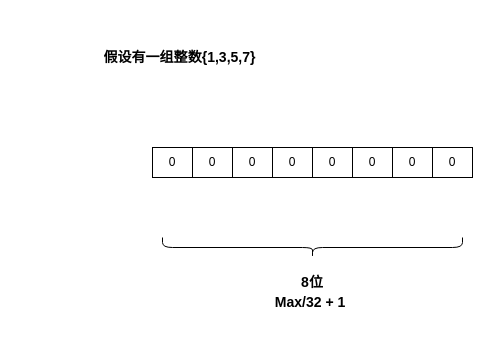
Above: bitMap原理.drawio in mineminemine123/work-wiki (draw.io), before the change. Source tidied: cells renumbered, new cells numbered last; positions are measured from the earlier drawing's top-left corner, leaving out a move shared by most shapes. Both pictures are drawn from the tidied source at 100%, with x=0, y=0 at pixel (17, 17).
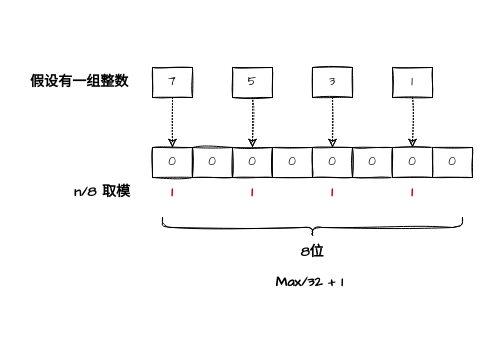
Above is the later version.

The edit, as a diff of the source:
```diff
@@
-    <mxCell id="2" value="0" style="rounded=0;whiteSpace=wrap;html=1;" parent="1" vertex="1">
+    <mxCell id="2" value="0" style="rounded=0;whiteSpace=wrap;html=1;sketch=1;fontFamily=Comic Sans MS;" parent="1" vertex="1">
       <mxGeometry x="175" y="130" width="40" height="30" as="geometry" />
     </mxCell>
-    <mxCell id="3" value="0" style="rounded=0;whiteSpace=wrap;html=1;" parent="1" vertex="1">
+    <mxCell id="3" value="0" style="rounded=0;whiteSpace=wrap;html=1;sketch=1;fontFamily=Comic Sans MS;" parent="1" vertex="1">
       <mxGeometry x="215" y="130" width="40" height="30" as="geometry" />
     </mxCell>
-    <mxCell id="4" value="0" style="rounded=0;whiteSpace=wrap;html=1;" parent="1" vertex="1">
+    <mxCell id="4" value="0" style="rounded=0;whiteSpace=wrap;html=1;sketch=1;fontFamily=Comic Sans MS;" parent="1" vertex="1">
       <mxGeometry x="255" y="130" width="40" height="30" as="geometry" />
     </mxCell>
-    <mxCell id="5" value="0" style="rounded=0;whiteSpace=wrap;html=1;" parent="1" vertex="1">
+    <mxCell id="5" value="0" style="rounded=0;whiteSpace=wrap;html=1;sketch=1;fontFamily=Comic Sans MS;" parent="1" vertex="1">
       <mxGeometry x="295" y="130" width="40" height="30" as="geometry" />
     </mxCell>
-    <mxCell id="6" value="0" style="rounded=0;whiteSpace=wrap;html=1;" parent="1" vertex="1">
+    <mxCell id="6" value="0" style="rounded=0;whiteSpace=wrap;html=1;sketch=1;fontFamily=Comic Sans MS;" parent="1" vertex="1">
       <mxGeometry x="335" y="130" width="40" height="30" as="geometry" />
     </mxCell>
-    <mxCell id="7" value="0" style="rounded=0;whiteSpace=wrap;html=1;" parent="1" vertex="1">
+    <mxCell id="7" value="0" style="rounded=0;whiteSpace=wrap;html=1;sketch=1;fontFamily=Comic Sans MS;" parent="1" vertex="1">
       <mxGeometry x="375" y="130" width="40" height="30" as="geometry" />
     </mxCell>
-    <mxCell id="8" value="0" style="rounded=0;whiteSpace=wrap;html=1;" parent="1" vertex="1">
+    <mxCell id="8" value="0" style="rounded=0;whiteSpace=wrap;html=1;sketch=1;fontFamily=Comic Sans MS;" parent="1" vertex="1">
       <mxGeometry x="415" y="130" width="40" height="30" as="geometry" />
     </mxCell>
-    <mxCell id="9" value="0" style="rounded=0;whiteSpace=wrap;html=1;" parent="1" vertex="1">
+    <mxCell id="9" value="0" style="rounded=0;whiteSpace=wrap;html=1;sketch=1;fontFamily=Comic Sans MS;" parent="1" vertex="1">
       <mxGeometry x="135" y="130" width="40" height="30" as="geometry" />
     </mxCell>
-    <mxCell id="10" value="&lt;h3&gt;假设有一组整数{1,3,5,7}&lt;/h3&gt;" style="text;html=1;strokeColor=none;fillColor=none;align=center;verticalAlign=middle;whiteSpace=wrap;rounded=0;" parent="1" vertex="1">
-      <mxGeometry width="325" height="80" as="geometry" />
+    <mxCell id="10" value="&lt;h3&gt;假设有一组整数&amp;nbsp;&lt;/h3&gt;" style="text;html=1;strokeColor=none;fillColor=none;align=center;verticalAlign=middle;whiteSpace=wrap;rounded=0;sketch=1;fontFamily=Comic Sans MS;" parent="1" vertex="1">
+      <mxGeometry x="5" y="40" width="120" height="50" as="geometry" />
     </mxCell>
-    <mxCell id="11" value="&lt;h3&gt;Max/32 + 1&amp;nbsp;&lt;/h3&gt;" style="text;html=1;strokeColor=none;fillColor=none;align=center;verticalAlign=middle;whiteSpace=wrap;rounded=0;" parent="1" vertex="1">
-      <mxGeometry x="245" y="270" width="100" height="30" as="geometry" />
+    <mxCell id="11" value="&lt;h3&gt;Max/32 + 1&amp;nbsp;&lt;/h3&gt;" style="text;html=1;strokeColor=none;fillColor=none;align=center;verticalAlign=middle;whiteSpace=wrap;rounded=0;sketch=1;fontFamily=Comic Sans MS;" parent="1" vertex="1">
+      <mxGeometry x="245" y="250" width="100" height="30" as="geometry" />
     </mxCell>
-    <mxCell id="12" style="shape=curlyBracket;whiteSpace=wrap;html=1;rounded=1;flipH=1;rotation=90;" parent="1" vertex="1">
-      <mxGeometry x="285" y="80" width="20" height="300" as="geometry" />
+    <mxCell id="12" style="shape=curlyBracket;whiteSpace=wrap;html=1;rounded=1;flipH=1;rotation=90;sketch=1;fontFamily=Comic Sans MS;" parent="1" vertex="1">
+      <mxGeometry x="285" y="60" width="20" height="300" as="geometry" />
     </mxCell>
+    <mxCell id="14" value="&lt;h3&gt;n/8 取模&lt;/h3&gt;" style="text;html=1;strokeColor=none;fillColor=none;align=center;verticalAlign=middle;whiteSpace=wrap;rounded=0;sketch=1;fontFamily=Comic Sans MS;" parent="1" vertex="1">
+      <mxGeometry x="45" y="160" width="80" height="30" as="geometry" />
+    </mxCell>
+    <mxCell id="15" value="&lt;h3&gt;&lt;font color=&quot;#cc0000&quot;&gt;1&lt;/font&gt;&lt;/h3&gt;" style="text;html=1;strokeColor=none;fillColor=none;align=center;verticalAlign=middle;whiteSpace=wrap;rounded=0;dashed=1;sketch=1;fontFamily=Comic Sans MS;" parent="1" vertex="1">
+      <mxGeometry x="135" y="160" width="40" height="30" as="geometry" />
+    </mxCell>
+    <mxCell id="16" value="&lt;h3&gt;&lt;font color=&quot;#cc0000&quot;&gt;1&lt;/font&gt;&lt;/h3&gt;" style="text;html=1;strokeColor=none;fillColor=none;align=center;verticalAlign=middle;whiteSpace=wrap;rounded=0;sketch=1;fontFamily=Comic Sans MS;" parent="1" vertex="1">
+      <mxGeometry x="295" y="160" width="40" height="30" as="geometry" />
+    </mxCell>
+    <mxCell id="17" value="&lt;h3&gt;&lt;font color=&quot;#cc0000&quot;&gt;1&lt;/font&gt;&lt;/h3&gt;" style="text;html=1;strokeColor=none;fillColor=none;align=center;verticalAlign=middle;whiteSpace=wrap;rounded=0;sketch=1;fontFamily=Comic Sans MS;" parent="1" vertex="1">
+      <mxGeometry x="375" y="160" width="40" height="30" as="geometry" />
+    </mxCell>
+    <mxCell id="18" style="edgeStyle=orthogonalEdgeStyle;rounded=1;jettySize=auto;html=1;exitX=0.5;exitY=1;exitDx=0;exitDy=0;fontColor=#000000;dashed=1;dashPattern=1 2;sketch=1;fontFamily=Comic Sans MS;" parent="1" edge="1" source="19" target="9">
+      <mxGeometry relative="1" as="geometry" />
+    </mxCell>
+    <mxCell id="19" value="&lt;font color=&quot;#000000&quot;&gt;7&lt;/font&gt;" style="rounded=0;whiteSpace=wrap;html=1;fontColor=#CC0000;sketch=1;fontFamily=Comic Sans MS;" parent="1" vertex="1">
+      <mxGeometry x="135" y="50" width="40" height="30" as="geometry" />
+    </mxCell>
+    <mxCell id="20" style="edgeStyle=orthogonalEdgeStyle;rounded=1;jettySize=auto;html=1;exitX=0.5;exitY=1;exitDx=0;exitDy=0;fontColor=#000000;dashed=1;dashPattern=1 2;sketch=1;fontFamily=Comic Sans MS;" parent="1" edge="1" source="21" target="3">
+      <mxGeometry relative="1" as="geometry" />
+    </mxCell>
+    <mxCell id="21" value="&lt;font color=&quot;#000000&quot;&gt;5&lt;/font&gt;" style="rounded=0;whiteSpace=wrap;html=1;fontColor=#CC0000;sketch=1;fontFamily=Comic Sans MS;" parent="1" vertex="1">
+      <mxGeometry x="215" y="50" width="40" height="30" as="geometry" />
+    </mxCell>
+    <mxCell id="22" style="edgeStyle=orthogonalEdgeStyle;rounded=1;jettySize=auto;html=1;exitX=0.5;exitY=1;exitDx=0;exitDy=0;fontColor=#000000;dashed=1;dashPattern=1 2;sketch=1;fontFamily=Comic Sans MS;" parent="1" edge="1" source="23" target="5">
+      <mxGeometry relative="1" as="geometry" />
+    </mxCell>
+    <mxCell id="23" value="&lt;font color=&quot;#000000&quot;&gt;3&lt;/font&gt;" style="rounded=0;whiteSpace=wrap;html=1;fontColor=#CC0000;sketch=1;fontFamily=Comic Sans MS;" parent="1" vertex="1">
+      <mxGeometry x="295" y="50" width="40" height="30" as="geometry" />
+    </mxCell>
+    <mxCell id="24" style="edgeStyle=orthogonalEdgeStyle;rounded=1;jettySize=auto;html=1;exitX=0.5;exitY=1;exitDx=0;exitDy=0;fontColor=#000000;dashed=1;dashPattern=1 2;sketch=1;fontFamily=Comic Sans MS;" parent="1" edge="1" source="25" target="7">
+      <mxGeometry relative="1" as="geometry" />
+    </mxCell>
+    <mxCell id="25" value="&lt;font color=&quot;#000000&quot;&gt;1&lt;/font&gt;" style="rounded=0;whiteSpace=wrap;html=1;fontColor=#CC0000;sketch=1;fontFamily=Comic Sans MS;" parent="1" vertex="1">
+      <mxGeometry x="375" y="50" width="40" height="30" as="geometry" />
+    </mxCell>
+    <mxCell id="26" value="&lt;h3&gt;&lt;font color=&quot;#cc0000&quot;&gt;1&lt;/font&gt;&lt;/h3&gt;" style="text;html=1;strokeColor=none;fillColor=none;align=center;verticalAlign=middle;whiteSpace=wrap;rounded=0;sketch=1;fontFamily=Comic Sans MS;" parent="1" vertex="1">
+      <mxGeometry x="215" y="160" width="40" height="30" as="geometry" />
+    </mxCell>
-    <mxCell id="13" value="&lt;h3&gt;8位&lt;/h3&gt;" style="text;html=1;strokeColor=none;fillColor=none;align=center;verticalAlign=middle;whiteSpace=wrap;rounded=0;" parent="1" vertex="1">
-      <mxGeometry x="265" y="250" width="60" height="30" as="geometry" />
+    <mxCell id="13" value="&lt;h3&gt;8位&lt;/h3&gt;" style="text;html=1;strokeColor=none;fillColor=none;align=center;verticalAlign=middle;whiteSpace=wrap;rounded=0;sketch=1;fontFamily=Comic Sans MS;" parent="1" vertex="1">
+      <mxGeometry x="265" y="220" width="60" height="30" as="geometry" />
     </mxCell>
```
